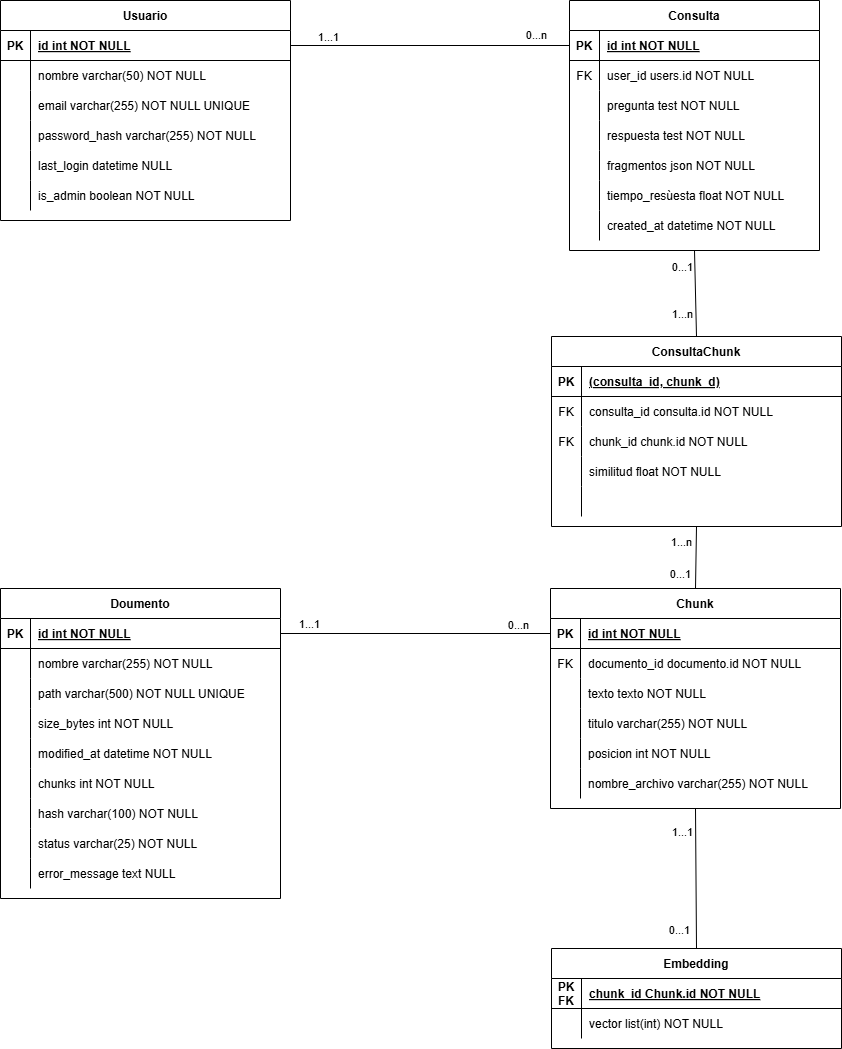
The draw.io diagram docs/LaTex/img/Diagramas/Relacional.png in lbr1014/TFG_RAG, before a commit. Source tidied: cells renumbered, new cells last; positions are measured from the earlier drawing's top-left corner, leaving out a move shared by most shapes.
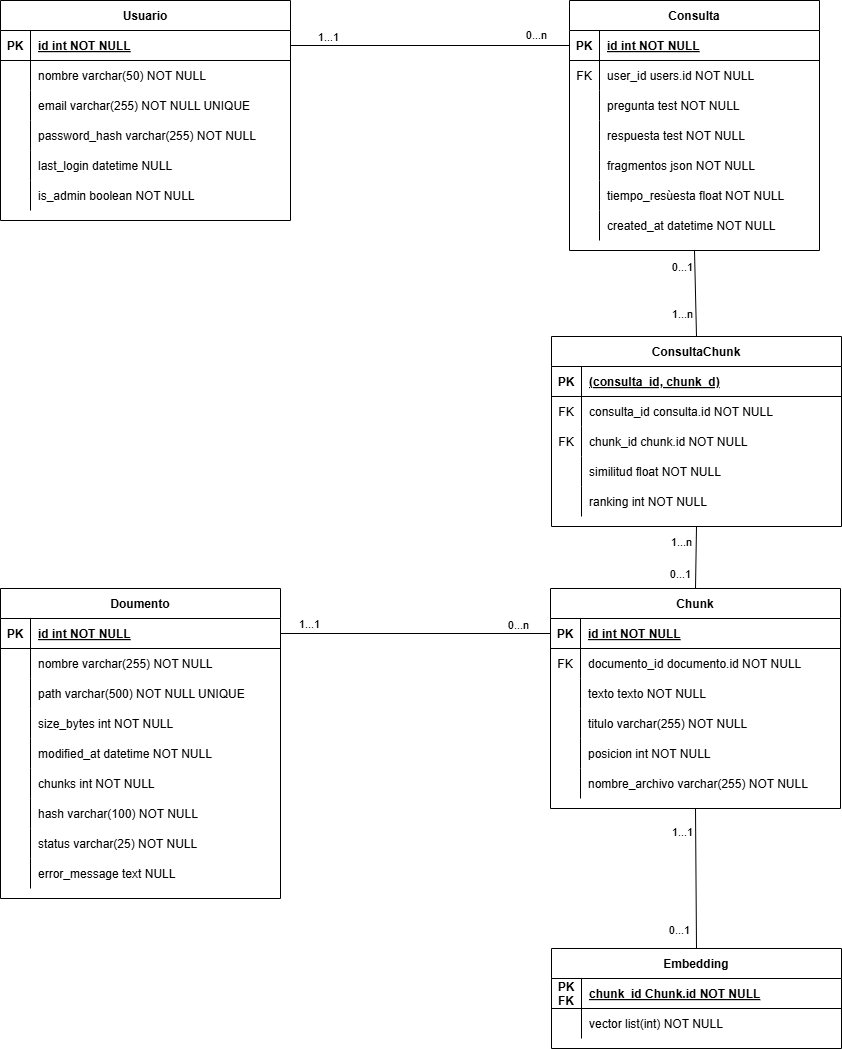
Above is the later version.

Commit message:
Cambios de formato en los diagramas de diseño de datos

Diff of the diagram source:
```diff
@@ -371,7 +371,7 @@
     <mxCell id="120" style="shape=partialRectangle;overflow=hidden;fillColor=none;top=0;left=0;bottom=0;right=0;" parent="119" vertex="1">
       <mxGeometry width="30" height="30" as="geometry" />
     </mxCell>
-    <mxCell id="121" style="shape=partialRectangle;overflow=hidden;fillColor=none;top=0;left=0;bottom=0;right=0;align=left;spacingLeft=6;" parent="119" vertex="1">
+    <mxCell id="121" value="ranking int NOT NULL" style="shape=partialRectangle;overflow=hidden;fillColor=none;top=0;left=0;bottom=0;right=0;align=left;spacingLeft=6;" parent="119" vertex="1">
       <mxGeometry x="30" width="260" height="30" as="geometry" />
     </mxCell>
     <mxCell id="122" style="endArrow=none;html=1;rounded=0;exitX=0.5;exitY=1;exitDx=0;exitDy=0;entryX=0.5;entryY=0;entryDx=0;entryDy=0;" parent="1" edge="1" source="2" target="106">
```
